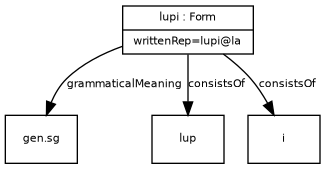
This is examples/example_11.png from ontolex/morph, a Graphviz export, as it was before one commit. Its source is kept beside it as examples/example_11.dot.
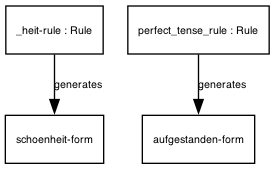
After the commit.

The edit, as a diff of the source:
```diff
@@ -13,11 +13,10 @@
       fontsize = 8
     ]
 
-gensg [ label="{gen.sg}" ]
-lupi -> gensg [ label="grammaticalMeaning" ]
-lup [ label="{lup}" ]
-lupi -> lup [ label="consistsOf" ]
-i [ label="{i}" ]
-lupi -> i [ label="consistsOf" ]
-lupi [ label="{lupi : Form|writtenRep=lupi@la}" ]
+schoenheitform [ label="{schoenheit-form}" ]
+_heitrule -> schoenheitform [ label="generates" ]
+_heitrule [ label="{_heit-rule : Rule}" ]
+aufgestandenform [ label="{aufgestanden-form}" ]
+perfect_tense_rule -> aufgestandenform [ label="generates" ]
+perfect_tense_rule [ label="{perfect_tense_rule : Rule}" ]
 }
```
